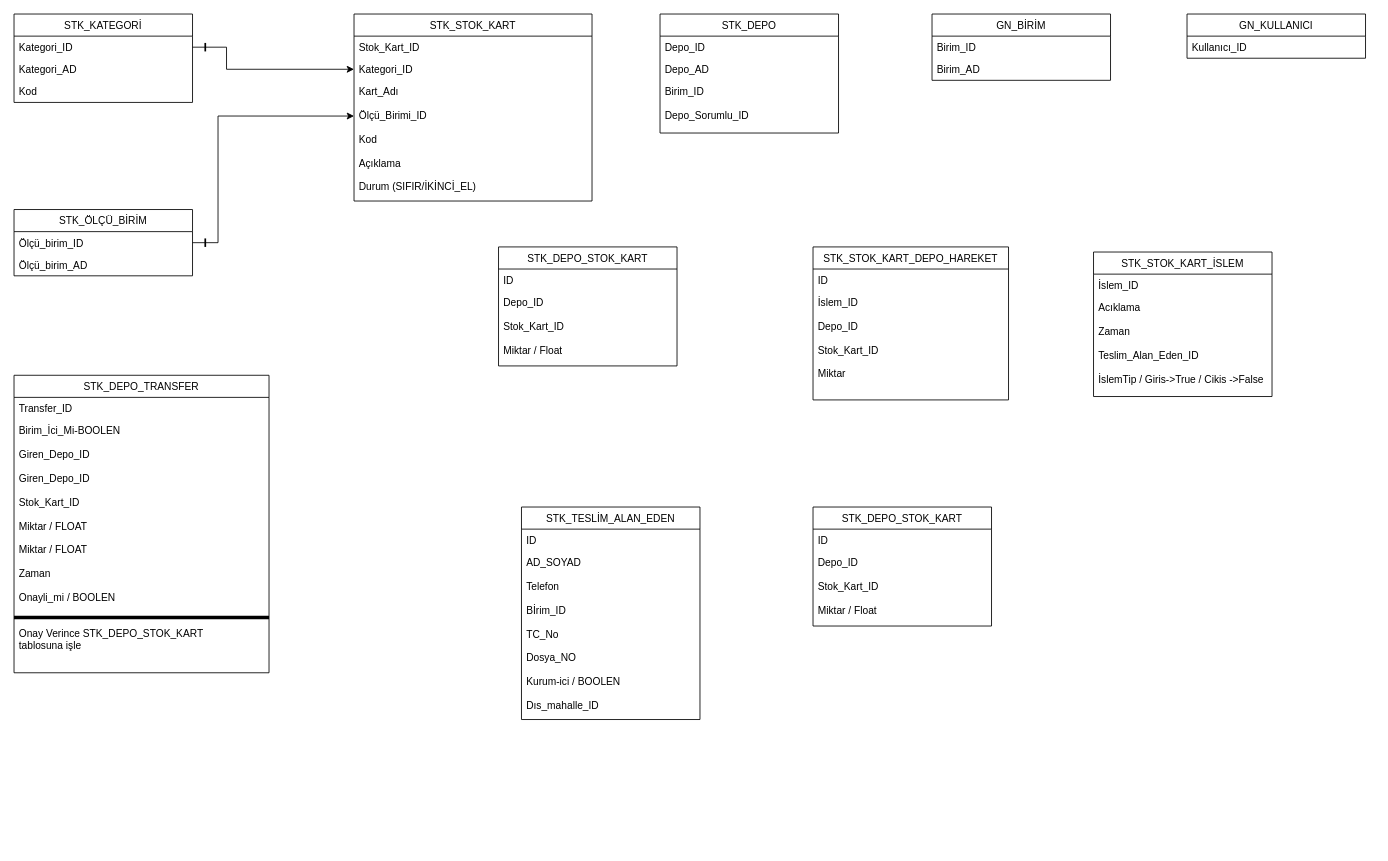
The draw.io diagram Untitled Diagram.drawio in mtkazak/regression, before the edit. Source tidied: cells renumbered, new cells numbered last; positions are measured from the earlier drawing's top-left corner, leaving out a move shared by most shapes. Both pictures are drawn from the tidied source at 85%, with x=0, y=0 at pixel (14, 14).
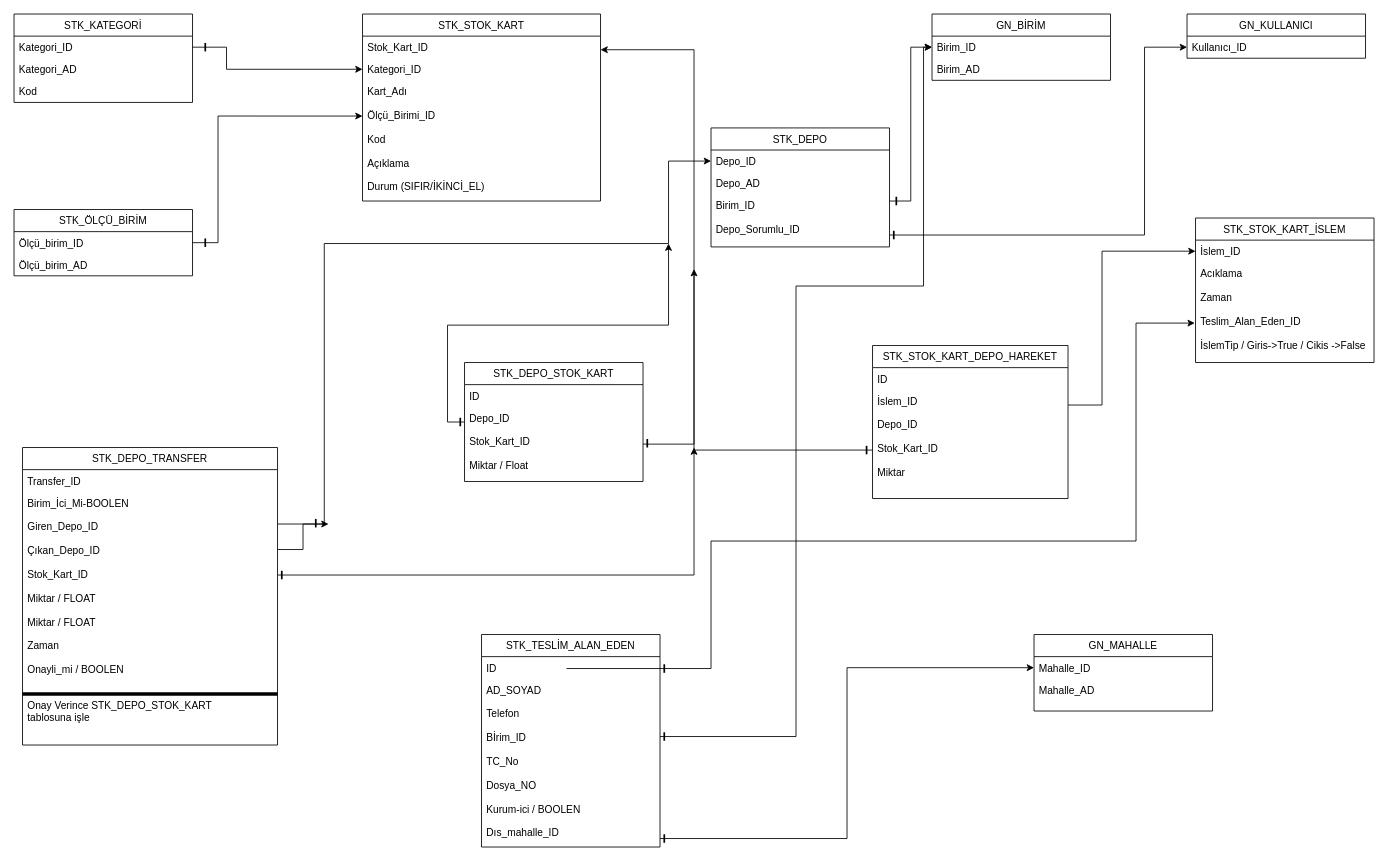
The same diagram, later.

Unchanged cells that the change refers to:
```xml
<mxCell id="14" value="Depo_ID" style="text;strokeColor=none;fillColor=none;align=left;verticalAlign=top;spacingLeft=4;spacingRight=4;overflow=hidden;points=[[0,0.5],[1,0.5]];portConstraint=eastwest;" parent="13" vertex="1">
  <mxGeometry y="26" width="210" height="26" as="geometry" />
</mxCell>
<mxCell id="16" value="Birim_ID&#10;&#10;Depo_Sorumlu_ID" style="text;strokeColor=none;fillColor=none;align=left;verticalAlign=top;spacingLeft=4;spacingRight=4;overflow=hidden;points=[[0,0.5],[1,0.5]];portConstraint=eastwest;" parent="13" vertex="1">
  <mxGeometry y="78" width="210" height="62" as="geometry" />
</mxCell>
<mxCell id="18" value="Birim_ID" style="text;strokeColor=none;fillColor=none;align=left;verticalAlign=top;spacingLeft=4;spacingRight=4;overflow=hidden;points=[[0,0.5],[1,0.5]];portConstraint=eastwest;" parent="17" vertex="1">
  <mxGeometry y="26" width="210" height="26" as="geometry" />
</mxCell>
<mxCell id="21" value="Kullanıcı_ID" style="text;strokeColor=none;fillColor=none;align=left;verticalAlign=top;spacingLeft=4;spacingRight=4;overflow=hidden;points=[[0,0.5],[1,0.5]];portConstraint=eastwest;" parent="20" vertex="1">
  <mxGeometry y="26" width="210" height="26" as="geometry" />
</mxCell>
<mxCell id="28" value="Depo_ID&#10;&#10;Stok_Kart_ID&#10;&#10;Miktar / Float" style="text;strokeColor=none;fillColor=none;align=left;verticalAlign=top;spacingLeft=4;spacingRight=4;overflow=hidden;points=[[0,0.5],[1,0.5]];portConstraint=eastwest;" parent="26" vertex="1">
  <mxGeometry y="52" width="210" height="88" as="geometry" />
</mxCell>
<mxCell id="35" value="İslem_ID&#10;&#10;Depo_ID&#10;&#10;Stok_Kart_ID&#10;&#10;Miktar" style="text;strokeColor=none;fillColor=none;align=left;verticalAlign=top;spacingLeft=4;spacingRight=4;overflow=hidden;points=[[0,0.5],[1,0.5]];portConstraint=eastwest;" parent="33" vertex="1">
  <mxGeometry y="52" width="230" height="128" as="geometry" />
</mxCell>
<mxCell id="37" value="İslem_ID&#10;&#10;" style="text;strokeColor=none;fillColor=none;align=left;verticalAlign=top;spacingLeft=4;spacingRight=4;overflow=hidden;points=[[0,0.5],[1,0.5]];portConstraint=eastwest;" parent="36" vertex="1">
  <mxGeometry y="26" width="210" height="26" as="geometry" />
</mxCell>
<mxCell id="38" value="Acıklama&#10;&#10;Zaman&#10;&#10;Teslim_Alan_Eden_ID&#10;&#10;İslemTip / Giris-&gt;True / Cikis -&gt;False" style="text;strokeColor=none;fillColor=none;align=left;verticalAlign=top;spacingLeft=4;spacingRight=4;overflow=hidden;points=[[0,0.5],[1,0.5]];portConstraint=eastwest;" parent="36" vertex="1">
  <mxGeometry y="52" width="210" height="118" as="geometry" />
</mxCell>
<mxCell id="41" value="AD_SOYAD&#10;&#10;Telefon&#10;&#10;Bİrim_ID&#10;&#10;TC_No&#10;&#10;Dosya_NO&#10;&#10;Kurum-ici / BOOLEN&#10;&#10;Dıs_mahalle_ID" style="text;strokeColor=none;fillColor=none;align=left;verticalAlign=top;spacingLeft=4;spacingRight=4;overflow=hidden;points=[[0,0.5],[1,0.5]];portConstraint=eastwest;" parent="39" vertex="1">
  <mxGeometry y="52" width="210" height="198" as="geometry" />
</mxCell>
```

Change to the diagram source:
```diff
@@
     <mxCell id="6" value="STK_STOK_KART" style="swimlane;fontStyle=0;horizontal=1;startSize=26;fillColor=none;" parent="1" vertex="1">
-      <mxGeometry x="400" width="280" height="220" as="geometry" />
+      <mxGeometry x="410" width="280" height="220" as="geometry" />
     </mxCell>
@@
     <mxCell id="13" value="STK_DEPO" style="swimlane;fontStyle=0;horizontal=1;startSize=26;fillColor=none;" parent="1" vertex="1">
-      <mxGeometry x="760" width="210" height="140" as="geometry" />
+      <mxGeometry x="820" y="134" width="210" height="140" as="geometry" />
     </mxCell>
@@
     <mxCell id="26" value="STK_DEPO_STOK_KART" style="swimlane;fontStyle=0;horizontal=1;startSize=26;fillColor=none;" parent="1" vertex="1">
-      <mxGeometry x="570" y="274" width="210" height="140" as="geometry" />
+      <mxGeometry x="530" y="410" width="210" height="140" as="geometry" />
     </mxCell>
@@
+    <mxCell id="45" style="edgeStyle=orthogonalEdgeStyle;rounded=0;jettySize=auto;html=1;entryX=0;entryY=0.5;entryDx=0;entryDy=0;" parent="1" edge="1" source="31" target="14">
+      <mxGeometry relative="1" as="geometry">
+        <Array as="points">
+          <mxPoint x="365" y="600" />
+          <mxPoint x="365" y="270" />
+          <mxPoint x="770" y="270" />
+          <mxPoint x="770" y="173" />
+        </Array>
+      </mxGeometry>
+    </mxCell>
     <mxCell id="29" value="STK_DEPO_TRANSFER" style="swimlane;fontStyle=0;horizontal=1;startSize=26;fillColor=none;" parent="1" vertex="1">
-      <mxGeometry y="425" width="300" height="350" as="geometry" />
+      <mxGeometry x="10" y="510" width="300" height="350" as="geometry" />
     </mxCell>
@@
-    <mxCell id="31" value="Birim_İci_Mi-BOOLEN&#10;&#10;Giren_Depo_ID&#10;&#10;Giren_Depo_ID&#10;&#10;Stok_Kart_ID&#10;&#10;Miktar / FLOAT&#10;&#10;Miktar / FLOAT &#10;&#10;Zaman&#10;&#10;Onayli_mi / BOOLEN&#10;&#10;&#10;Onay Verince STK_DEPO_STOK_KART &#10;tablosuna işle" style="text;strokeColor=none;fillColor=none;align=left;verticalAlign=top;spacingLeft=4;spacingRight=4;overflow=hidden;points=[[0,0.5],[1,0.5]];portConstraint=eastwest;" parent="29" vertex="1">
+    <mxCell id="31" value="Birim_İci_Mi-BOOLEN&#10;&#10;Giren_Depo_ID&#10;&#10;Çıkan_Depo_ID&#10;&#10;Stok_Kart_ID&#10;&#10;Miktar / FLOAT&#10;&#10;Miktar / FLOAT &#10;&#10;Zaman&#10;&#10;Onayli_mi / BOOLEN&#10;&#10;&#10;Onay Verince STK_DEPO_STOK_KART &#10;tablosuna işle" style="text;strokeColor=none;fillColor=none;align=left;verticalAlign=top;spacingLeft=4;spacingRight=4;overflow=hidden;points=[[0,0.5],[1,0.5]];portConstraint=eastwest;" parent="29" vertex="1">
       <mxGeometry y="52" width="300" height="298" as="geometry" />
     </mxCell>
     <mxCell id="32" style="line;strokeWidth=4;html=1;perimeter=backbonePerimeter;" parent="1" vertex="1">
-      <mxGeometry y="680" width="300" height="60" as="geometry" />
+      <mxGeometry x="10" y="770" width="300" height="60" as="geometry" />
     </mxCell>
     <mxCell id="33" value="STK_STOK_KART_DEPO_HAREKET" style="swimlane;fontStyle=0;horizontal=1;startSize=26;fillColor=none;" parent="1" vertex="1">
-      <mxGeometry x="940" y="274" width="230" height="180" as="geometry" />
+      <mxGeometry x="1010" y="390" width="230" height="180" as="geometry" />
     </mxCell>
@@
     <mxCell id="36" value="STK_STOK_KART_İSLEM" style="swimlane;fontStyle=0;horizontal=1;startSize=26;fillColor=none;" parent="1" vertex="1">
-      <mxGeometry x="1270" y="280" width="210" height="170" as="geometry" />
+      <mxGeometry x="1390" y="240" width="210" height="170" as="geometry" />
     </mxCell>
@@
     <mxCell id="39" value="STK_TESLİM_ALAN_EDEN" style="swimlane;fontStyle=0;horizontal=1;startSize=26;fillColor=none;" parent="1" vertex="1">
-      <mxGeometry x="597" y="580" width="210" height="250" as="geometry" />
+      <mxGeometry x="550" y="730" width="210" height="250" as="geometry" />
     </mxCell>
@@
-    <mxCell id="42" value="STK_DEPO_STOK_KART" style="swimlane;fontStyle=0;horizontal=1;startSize=26;fillColor=none;" parent="1" vertex="1">
-      <mxGeometry x="940" y="580" width="210" height="140" as="geometry" />
+    <mxCell id="42" value="GN_MAHALLE" style="swimlane;fontStyle=0;horizontal=1;startSize=26;fillColor=none;" parent="1" vertex="1">
+      <mxGeometry x="1200" y="730" width="210" height="90" as="geometry" />
     </mxCell>
-    <mxCell id="43" value="ID&#10;&#10;" style="text;strokeColor=none;fillColor=none;align=left;verticalAlign=top;spacingLeft=4;spacingRight=4;overflow=hidden;points=[[0,0.5],[1,0.5]];portConstraint=eastwest;" parent="42" vertex="1">
+    <mxCell id="43" value="Mahalle_ID&#10;&#10;" style="text;strokeColor=none;fillColor=none;align=left;verticalAlign=top;spacingLeft=4;spacingRight=4;overflow=hidden;points=[[0,0.5],[1,0.5]];portConstraint=eastwest;" parent="42" vertex="1">
       <mxGeometry y="26" width="210" height="26" as="geometry" />
     </mxCell>
-    <mxCell id="44" value="Depo_ID&#10;&#10;Stok_Kart_ID&#10;&#10;Miktar / Float" style="text;strokeColor=none;fillColor=none;align=left;verticalAlign=top;spacingLeft=4;spacingRight=4;overflow=hidden;" parent="42" vertex="1">
-      <mxGeometry y="52" width="210" height="88" as="geometry" />
+    <mxCell id="44" value="Mahalle_AD" style="text;strokeColor=none;fillColor=none;align=left;verticalAlign=top;spacingLeft=4;spacingRight=4;overflow=hidden;" parent="42" vertex="1">
+      <mxGeometry y="52" width="210" height="38" as="geometry" />
     </mxCell>
+    <mxCell id="46" style="edgeStyle=orthogonalEdgeStyle;rounded=0;jettySize=auto;html=1;" parent="1" edge="1" source="31">
+      <mxGeometry relative="1" as="geometry">
+        <mxPoint x="370" y="600" as="targetPoint" />
+        <Array as="points">
+          <mxPoint x="340" y="630" />
+          <mxPoint x="340" y="600" />
+        </Array>
+      </mxGeometry>
+    </mxCell>
+    <mxCell id="47" style="edgeStyle=orthogonalEdgeStyle;rounded=0;jettySize=auto;html=1;" parent="1" edge="1" source="31">
+      <mxGeometry relative="1" as="geometry">
+        <mxPoint x="800" y="510" as="targetPoint" />
+        <Array as="points">
+          <mxPoint x="800" y="660" />
+        </Array>
+      </mxGeometry>
+    </mxCell>
+    <mxCell id="48" style="edgeStyle=orthogonalEdgeStyle;rounded=0;jettySize=auto;html=1;" parent="1" edge="1" source="28">
+      <mxGeometry relative="1" as="geometry">
+        <mxPoint x="770" y="270" as="targetPoint" />
+        <Array as="points">
+          <mxPoint x="510" y="480" />
+          <mxPoint x="510" y="366" />
+          <mxPoint x="770" y="366" />
+        </Array>
+      </mxGeometry>
+    </mxCell>
+    <mxCell id="49" style="edgeStyle=orthogonalEdgeStyle;rounded=0;jettySize=auto;html=1;entryX=-0.004;entryY=0.607;entryDx=0;entryDy=0;entryPerimeter=0;" parent="1" edge="1" target="38">
+      <mxGeometry relative="1" as="geometry">
+        <mxPoint x="650" y="770" as="sourcePoint" />
+        <Array as="points">
+          <mxPoint x="820" y="770" />
+          <mxPoint x="820" y="620" />
+          <mxPoint x="1320" y="620" />
+          <mxPoint x="1320" y="364" />
+        </Array>
+      </mxGeometry>
+    </mxCell>
+    <mxCell id="50" style="edgeStyle=orthogonalEdgeStyle;rounded=0;jettySize=auto;html=1;entryX=0;entryY=0.5;entryDx=0;entryDy=0;" parent="1" edge="1" source="41" target="43">
+      <mxGeometry relative="1" as="geometry">
+        <Array as="points">
+          <mxPoint x="980" y="970" />
+          <mxPoint x="980" y="769" />
+        </Array>
+      </mxGeometry>
+    </mxCell>
+    <mxCell id="51" style="edgeStyle=orthogonalEdgeStyle;rounded=0;jettySize=auto;html=1;entryX=0;entryY=0.5;entryDx=0;entryDy=0;" parent="1" edge="1" source="16" target="18">
+      <mxGeometry relative="1" as="geometry">
+        <Array as="points">
+          <mxPoint x="1055" y="220" />
+          <mxPoint x="1055" y="39" />
+        </Array>
+      </mxGeometry>
+    </mxCell>
+    <mxCell id="52" style="edgeStyle=orthogonalEdgeStyle;rounded=0;jettySize=auto;html=1;entryX=0;entryY=0.5;entryDx=0;entryDy=0;" parent="1" edge="1" source="16" target="21">
+      <mxGeometry relative="1" as="geometry">
+        <Array as="points">
+          <mxPoint x="1330" y="260" />
+          <mxPoint x="1330" y="39" />
+        </Array>
+      </mxGeometry>
+    </mxCell>
+    <mxCell id="53" style="edgeStyle=orthogonalEdgeStyle;rounded=0;jettySize=auto;html=1;entryX=0;entryY=0.5;entryDx=0;entryDy=0;" parent="1" edge="1" source="35" target="37">
+      <mxGeometry relative="1" as="geometry">
+        <Array as="points">
+          <mxPoint x="1280" y="460" />
+          <mxPoint x="1280" y="279" />
+        </Array>
+      </mxGeometry>
+    </mxCell>
+    <mxCell id="54" style="edgeStyle=orthogonalEdgeStyle;rounded=0;jettySize=auto;html=1;entryX=0;entryY=0.5;entryDx=0;entryDy=0;" parent="1" edge="1" source="41" target="18">
+      <mxGeometry relative="1" as="geometry">
+        <Array as="points">
+          <mxPoint x="920" y="850" />
+          <mxPoint x="920" y="320" />
+          <mxPoint x="1070" y="320" />
+          <mxPoint x="1070" y="39" />
+        </Array>
+      </mxGeometry>
+    </mxCell>
+    <mxCell id="55" style="edgeStyle=orthogonalEdgeStyle;rounded=0;orthogonalLoop=1;jettySize=auto;html=1;entryX=1;entryY=0.5;entryDx=0;entryDy=0;" parent="1" edge="1">
+      <mxGeometry relative="1" as="geometry">
+        <mxPoint x="1010" y="513" as="sourcePoint" />
+        <mxPoint x="690" y="42" as="targetPoint" />
+        <Array as="points">
+          <mxPoint x="800" y="513" />
+          <mxPoint x="800" y="42" />
+        </Array>
+      </mxGeometry>
+    </mxCell>
+    <mxCell id="56" style="edgeStyle=orthogonalEdgeStyle;rounded=0;jettySize=auto;html=1;" parent="1" edge="1" source="28">
+      <mxGeometry relative="1" as="geometry">
+        <mxPoint x="800" y="300" as="targetPoint" />
+        <Array as="points">
+          <mxPoint x="800" y="506" />
+        </Array>
+      </mxGeometry>
+    </mxCell>
+    <mxCell id="57" style="line;strokeWidth=2;direction=south;html=1;" parent="1" vertex="1">
+      <mxGeometry x="350" y="594" width="10" height="10" as="geometry" />
+    </mxCell>
+    <mxCell id="58" style="line;strokeWidth=2;direction=south;html=1;" parent="1" vertex="1">
+      <mxGeometry x="310" y="655" width="10" height="10" as="geometry" />
+    </mxCell>
+    <mxCell id="59" style="line;strokeWidth=2;direction=south;html=1;" parent="1" vertex="1">
+      <mxGeometry x="760" y="845" width="10" height="10" as="geometry" />
+    </mxCell>
+    <mxCell id="60" style="line;strokeWidth=2;direction=south;html=1;" parent="1" vertex="1">
+      <mxGeometry x="760" y="965" width="10" height="10" as="geometry" />
+    </mxCell>
+    <mxCell id="61" style="line;strokeWidth=2;direction=south;html=1;" parent="1" vertex="1">
+      <mxGeometry x="760" y="765" width="10" height="10" as="geometry" />
+    </mxCell>
+    <mxCell id="62" style="line;strokeWidth=2;direction=south;html=1;" parent="1" vertex="1">
+      <mxGeometry x="520" y="475" width="10" height="10" as="geometry" />
+    </mxCell>
+    <mxCell id="63" style="line;strokeWidth=2;direction=south;html=1;" parent="1" vertex="1">
+      <mxGeometry x="740" y="500" width="10" height="10" as="geometry" />
+    </mxCell>
+    <mxCell id="64" style="line;strokeWidth=2;direction=south;html=1;" parent="1" vertex="1">
+      <mxGeometry x="998" y="508" width="10" height="10" as="geometry" />
+    </mxCell>
+    <mxCell id="65" style="line;strokeWidth=2;direction=south;html=1;" parent="1" vertex="1">
+      <mxGeometry x="1030" y="255" width="10" height="10" as="geometry" />
+    </mxCell>
+    <mxCell id="66" style="line;strokeWidth=2;direction=south;html=1;" parent="1" vertex="1">
+      <mxGeometry x="1033" y="215" width="10" height="10" as="geometry" />
+    </mxCell>
```
